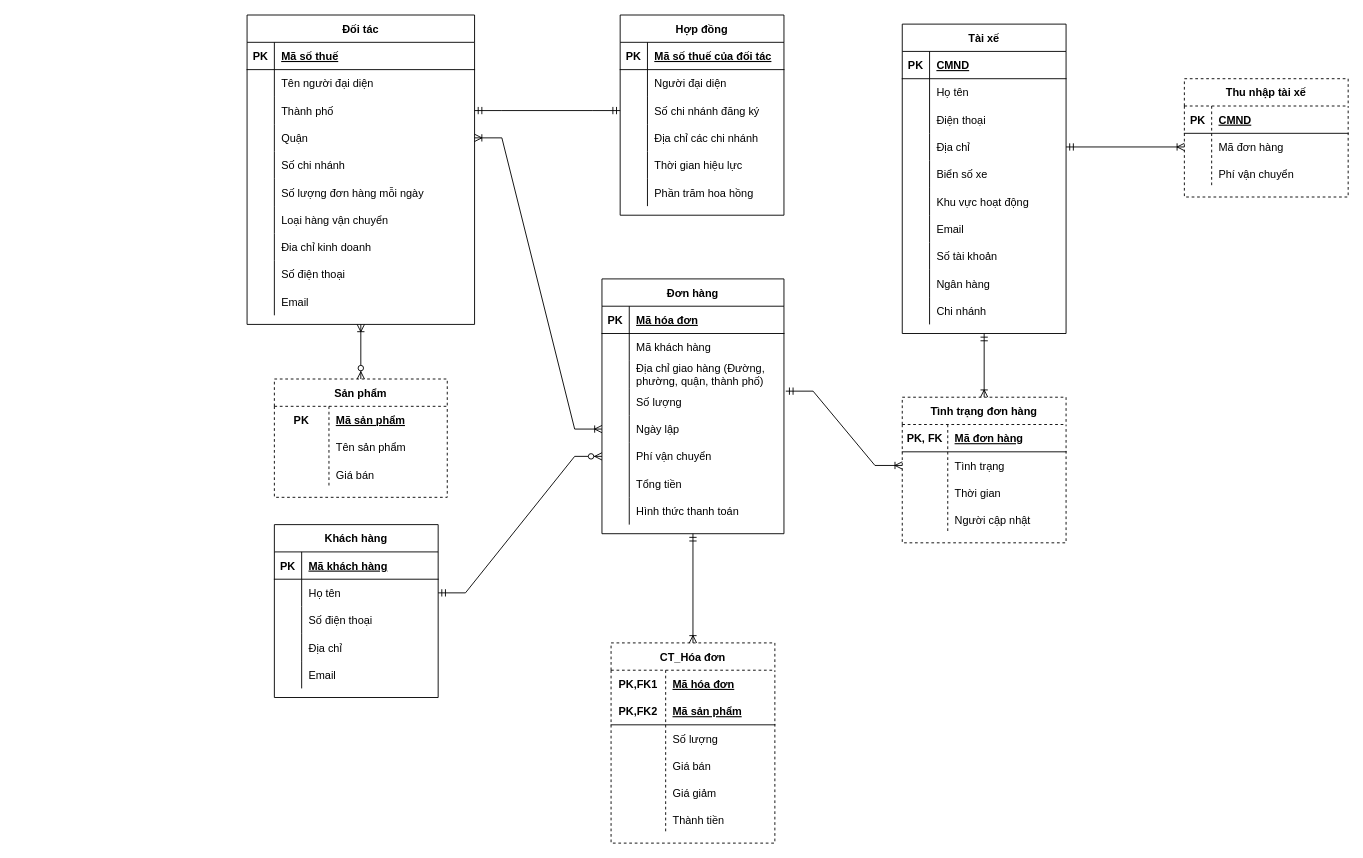
Earlier version of the draw.io diagram HQT-CSDL.drawio (tranngoclam16/HQT-CSDL). Source tidied: cells renumbered, new cells numbered last; positions are measured from the earlier drawing's top-left corner, leaving out a move shared by most shapes. Both pictures are drawn from the tidied source at 91%, with x=0, y=0 at pixel (247, 15).
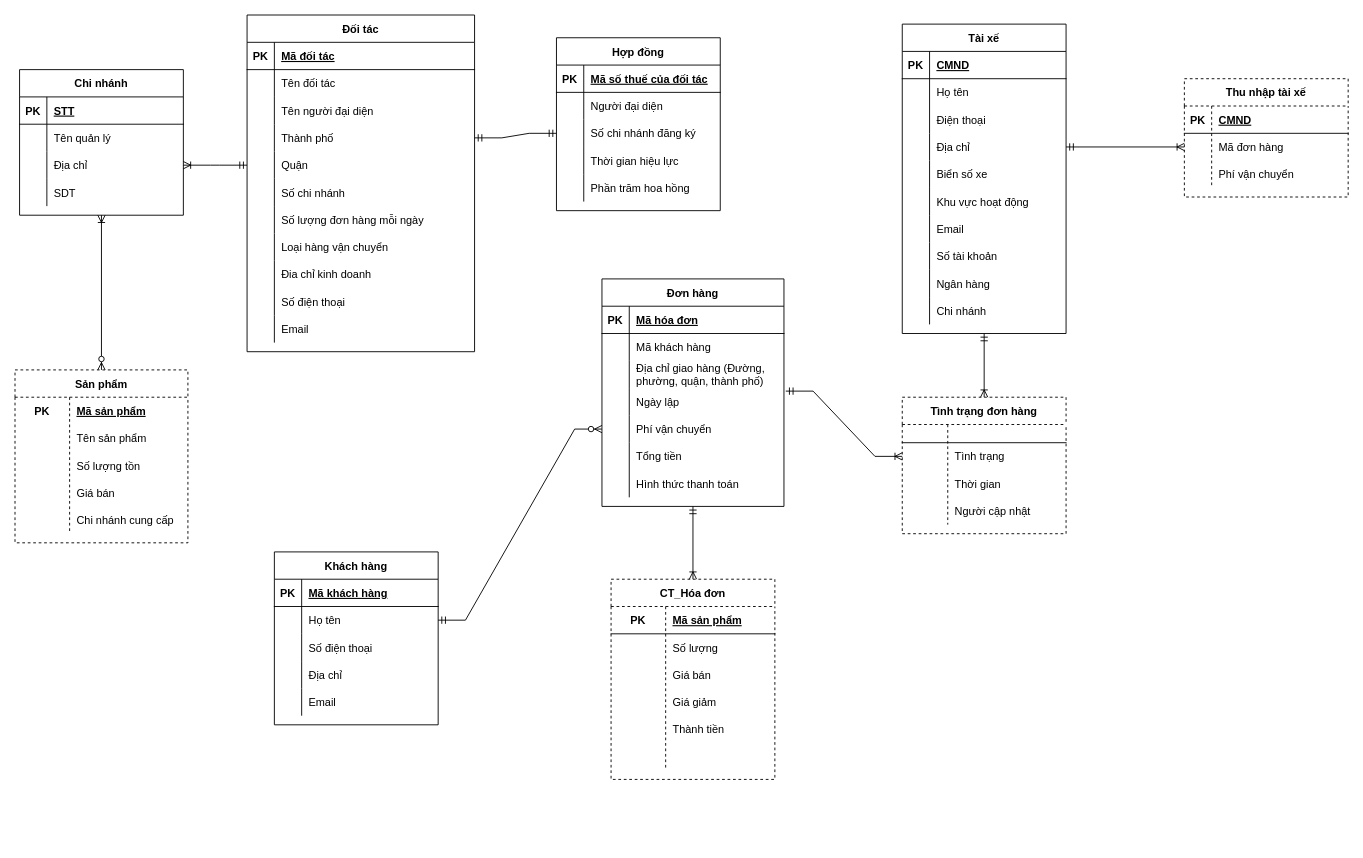
After the change.

Unchanged cells that the change refers to:
```xml
<mxCell id="34" style="shape=partialRectangle;fillColor=none;top=0;left=0;right=0;bottom=1;" parent="33" vertex="1">
  <mxGeometry y="30" width="250" height="30" as="geometry" />
</mxCell>
<mxCell id="37" style="shape=partialRectangle;fillColor=none;top=0;left=0;right=0;bottom=0;" parent="33" vertex="1">
  <mxGeometry y="60" width="250" height="30" as="geometry" />
</mxCell>
```

What changed in the source:
```diff
@@
     <mxCell id="33" value="Đối tác" style="shape=table;startSize=30;childLayout=tableLayout;rowLines=0;fontStyle=1;align=center;" parent="1" vertex="1">
-      <mxGeometry width="250" height="340" as="geometry" />
+      <mxGeometry width="250" height="370" as="geometry" />
     </mxCell>
@@
-    <mxCell id="36" value="Mã số thuế" style="shape=partialRectangle;overflow=hidden;fillColor=none;top=0;left=0;bottom=0;right=0;align=left;spacingLeft=6;fontStyle=5;" parent="34" vertex="1">
+    <mxCell id="36" value="Mã đối tác" style="shape=partialRectangle;overflow=hidden;fillColor=none;top=0;left=0;bottom=0;right=0;align=left;spacingLeft=6;fontStyle=5;" parent="34" vertex="1">
       <mxGeometry x="30" width="220" height="30" as="geometry" />
     </mxCell>
@@
-    <mxCell id="39" value="Tên người đại diện" style="shape=partialRectangle;overflow=hidden;fillColor=none;top=0;left=0;bottom=0;right=0;align=left;spacingLeft=6;" parent="37" vertex="1">
+    <mxCell id="39" value="Tên đối tác" style="shape=partialRectangle;overflow=hidden;fillColor=none;top=0;left=0;bottom=0;right=0;align=left;spacingLeft=6;" parent="37" vertex="1">
       <mxGeometry x="30" width="220" height="30" as="geometry" />
     </mxCell>
+    <mxCell id="184" style="shape=partialRectangle;fillColor=none;top=0;left=0;right=0;bottom=0;" parent="33" vertex="1">
+      <mxGeometry y="90" width="250" height="30" as="geometry" />
+    </mxCell>
+    <mxCell id="185" style="shape=partialRectangle;overflow=hidden;fillColor=none;top=0;left=0;bottom=0;right=0;" parent="184" vertex="1">
+      <mxGeometry width="30" height="30" as="geometry" />
+    </mxCell>
+    <mxCell id="186" value="Tên người đại diện" style="shape=partialRectangle;overflow=hidden;fillColor=none;top=0;left=0;bottom=0;right=0;align=left;spacingLeft=6;" parent="184" vertex="1">
+      <mxGeometry x="30" width="220" height="30" as="geometry" />
+    </mxCell>
     <mxCell id="40" style="shape=partialRectangle;fillColor=none;points=[[0,0.5],[1,0.5]];portConstraint=eastwest;top=0;left=0;right=0;bottom=0;" parent="33" vertex="1">
-      <mxGeometry y="90" width="250" height="30" as="geometry" />
+      <mxGeometry y="120" width="250" height="30" as="geometry" />
     </mxCell>
@@
     <mxCell id="43" style="shape=partialRectangle;fillColor=none;points=[[0,0.5],[1,0.5]];portConstraint=eastwest;top=0;left=0;right=0;bottom=0;" parent="33" vertex="1">
-      <mxGeometry y="120" width="250" height="30" as="geometry" />
+      <mxGeometry y="150" width="250" height="30" as="geometry" />
     </mxCell>
@@
     <mxCell id="46" style="shape=partialRectangle;fillColor=none;top=0;left=0;right=0;bottom=0;" parent="33" vertex="1">
-      <mxGeometry y="150" width="250" height="30" as="geometry" />
+      <mxGeometry y="180" width="250" height="30" as="geometry" />
     </mxCell>
@@
     <mxCell id="49" style="shape=partialRectangle;fillColor=none;top=0;left=0;right=0;bottom=0;" parent="33" vertex="1">
-      <mxGeometry y="180" width="250" height="30" as="geometry" />
+      <mxGeometry y="210" width="250" height="30" as="geometry" />
     </mxCell>
@@
     <mxCell id="52" style="shape=partialRectangle;fillColor=none;top=0;left=0;right=0;bottom=0;" parent="33" vertex="1">
-      <mxGeometry y="210" width="250" height="30" as="geometry" />
+      <mxGeometry y="240" width="250" height="30" as="geometry" />
     </mxCell>
@@
     <mxCell id="55" style="shape=partialRectangle;fillColor=none;top=0;left=0;right=0;bottom=0;" parent="33" vertex="1">
-      <mxGeometry y="240" width="250" height="30" as="geometry" />
+      <mxGeometry y="270" width="250" height="30" as="geometry" />
     </mxCell>
@@
     <mxCell id="58" style="shape=partialRectangle;fillColor=none;top=0;left=0;right=0;bottom=0;" parent="33" vertex="1">
-      <mxGeometry y="270" width="250" height="30" as="geometry" />
+      <mxGeometry y="300" width="250" height="30" as="geometry" />
     </mxCell>
@@
     <mxCell id="61" style="shape=partialRectangle;fillColor=none;top=0;left=0;right=0;bottom=0;" parent="33" vertex="1">
-      <mxGeometry y="300" width="250" height="30" as="geometry" />
+      <mxGeometry y="330" width="250" height="30" as="geometry" />
     </mxCell>
@@
     <mxCell id="64" value="Hợp đồng" style="shape=table;startSize=30;childLayout=tableLayout;rowLines=0;fontStyle=1;align=center;" parent="1" vertex="1">
-      <mxGeometry x="410" width="180" height="220" as="geometry" />
+      <mxGeometry x="340" y="25" width="180" height="190" as="geometry" />
     </mxCell>
@@
-    <mxCell id="74" style="shape=partialRectangle;fillColor=none;top=0;left=0;bottom=0;right=0;" parent="64" vertex="1">
-      <mxGeometry y="120" width="180" height="30" as="geometry" />
-    </mxCell>
-    <mxCell id="75" style="shape=partialRectangle;fillColor=none;top=0;left=0;bottom=0;right=0;overflow=hidden;" parent="74" vertex="1">
-      <mxGeometry width="30" height="30" as="geometry" />
-    </mxCell>
-    <mxCell id="76" value="Địa chỉ các chi nhánh" style="shape=partialRectangle;fillColor=none;top=0;left=0;bottom=0;right=0;align=left;spacingLeft=6;overflow=hidden;" parent="74" vertex="1">
-      <mxGeometry x="30" width="150" height="30" as="geometry" />
-    </mxCell>
     <mxCell id="77" style="shape=partialRectangle;fillColor=none;top=0;left=0;bottom=0;right=0;" parent="64" vertex="1">
-      <mxGeometry y="150" width="180" height="30" as="geometry" />
+      <mxGeometry y="120" width="180" height="30" as="geometry" />
     </mxCell>
@@
     <mxCell id="80" style="shape=partialRectangle;fillColor=none;top=0;left=0;bottom=0;right=0;" parent="64" vertex="1">
-      <mxGeometry y="180" width="180" height="30" as="geometry" />
+      <mxGeometry y="150" width="180" height="30" as="geometry" />
     </mxCell>
@@
     <mxCell id="83" value="Sản phẩm" style="shape=table;startSize=30;childLayout=tableLayout;rowLines=0;fontStyle=1;align=center;rounded=0;sketch=0;shadow=0;dashed=1;" parent="1" vertex="1">
-      <mxGeometry x="30" y="400" width="190" height="130" as="geometry" />
+      <mxGeometry x="-255" y="390" width="190" height="190" as="geometry" />
     </mxCell>
@@
+    <mxCell id="187" style="shape=partialRectangle;fillColor=none;top=0;left=0;bottom=0;right=0;" parent="83" vertex="1">
+      <mxGeometry y="90" width="190" height="30" as="geometry" />
+    </mxCell>
+    <mxCell id="188" style="shape=partialRectangle;fillColor=none;top=0;left=0;bottom=0;right=0;overflow=hidden;" parent="187" vertex="1">
+      <mxGeometry width="60" height="30" as="geometry" />
+    </mxCell>
+    <mxCell id="189" value="Số lượng tồn" style="shape=partialRectangle;fillColor=none;top=0;left=0;bottom=0;right=0;align=left;spacingLeft=6;overflow=hidden;" parent="187" vertex="1">
+      <mxGeometry x="60" width="130" height="30" as="geometry" />
+    </mxCell>
     <mxCell id="90" style="shape=partialRectangle;fillColor=none;top=0;left=0;bottom=0;right=0;" parent="83" vertex="1">
-      <mxGeometry y="90" width="190" height="30" as="geometry" />
+      <mxGeometry y="120" width="190" height="30" as="geometry" />
     </mxCell>
@@
+    <mxCell id="190" style="shape=partialRectangle;fillColor=none;top=0;left=0;bottom=0;right=0;" parent="83" vertex="1">
+      <mxGeometry y="150" width="190" height="30" as="geometry" />
+    </mxCell>
+    <mxCell id="191" style="shape=partialRectangle;fillColor=none;top=0;left=0;bottom=0;right=0;overflow=hidden;" parent="190" vertex="1">
+      <mxGeometry width="60" height="30" as="geometry" />
+    </mxCell>
+    <mxCell id="192" value="Chi nhánh cung cấp" style="shape=partialRectangle;fillColor=none;top=0;left=0;bottom=0;right=0;align=left;spacingLeft=6;overflow=hidden;" parent="190" vertex="1">
+      <mxGeometry x="60" width="130" height="30" as="geometry" />
+    </mxCell>
     <mxCell id="93" value="Đơn hàng" style="shape=table;startSize=30;childLayout=tableLayout;rowLines=0;fontStyle=1;align=center;" parent="1" vertex="1">
-      <mxGeometry x="390" y="290" width="200" height="280" as="geometry" />
+      <mxGeometry x="390" y="290" width="200" height="250" as="geometry" />
     </mxCell>
@@
-    <mxCell id="103" style="shape=partialRectangle;fillColor=none;top=0;left=0;bottom=0;right=0;points=[[0,0.5],[1,0.5]];portConstraint=eastwest;" parent="93" vertex="1">
-      <mxGeometry y="120" width="200" height="30" as="geometry" />
-    </mxCell>
-    <mxCell id="104" style="shape=partialRectangle;fillColor=none;top=0;left=0;bottom=0;right=0;overflow=hidden;" parent="103" vertex="1">
-      <mxGeometry width="30" height="30" as="geometry" />
-    </mxCell>
-    <mxCell id="105" value="Số lượng" style="shape=partialRectangle;fillColor=none;top=0;left=0;bottom=0;right=0;align=left;spacingLeft=6;overflow=hidden;" parent="103" vertex="1">
-      <mxGeometry x="30" width="170" height="30" as="geometry" />
-    </mxCell>
     <mxCell id="106" style="shape=partialRectangle;fillColor=none;top=0;left=0;bottom=0;right=0;points=[[0,0.5],[1,0.5]];portConstraint=eastwest;" parent="93" vertex="1">
-      <mxGeometry y="150" width="200" height="30" as="geometry" />
+      <mxGeometry y="120" width="200" height="30" as="geometry" />
     </mxCell>
@@
     <mxCell id="109" style="shape=partialRectangle;fillColor=none;top=0;left=0;bottom=0;right=0;points=[[0,0.5],[1,0.5]];portConstraint=eastwest;" parent="93" vertex="1">
-      <mxGeometry y="180" width="200" height="30" as="geometry" />
+      <mxGeometry y="150" width="200" height="30" as="geometry" />
     </mxCell>
@@
     <mxCell id="112" style="shape=partialRectangle;fillColor=none;top=0;left=0;bottom=0;right=0;" parent="93" vertex="1">
-      <mxGeometry y="210" width="200" height="30" as="geometry" />
+      <mxGeometry y="180" width="200" height="30" as="geometry" />
     </mxCell>
@@
     <mxCell id="115" style="shape=partialRectangle;fillColor=none;top=0;left=0;bottom=0;right=0;" parent="93" vertex="1">
-      <mxGeometry y="240" width="200" height="30" as="geometry" />
+      <mxGeometry y="210" width="200" height="30" as="geometry" />
     </mxCell>
@@
     <mxCell id="118" value="Khách hàng" style="shape=table;startSize=30;childLayout=tableLayout;rowLines=0;fontStyle=1;align=center;" parent="1" vertex="1">
-      <mxGeometry x="30" y="560" width="180" height="190" as="geometry" />
+      <mxGeometry x="30" y="590" width="180" height="190" as="geometry" />
     </mxCell>
@@
     <mxCell id="134" value="CT_Hóa đơn" style="shape=table;startSize=30;childLayout=tableLayout;rowLines=0;fontStyle=1;align=center;dashed=1;" parent="1" vertex="1">
-      <mxGeometry x="400" y="690" width="180" height="220" as="geometry" />
+      <mxGeometry x="400" y="620" width="180" height="220" as="geometry" />
     </mxCell>
-    <mxCell id="135" style="shape=partialRectangle;fillColor=none;top=0;left=0;bottom=0;right=0;" parent="134" vertex="1">
-      <mxGeometry y="30" width="180" height="30" as="geometry" />
-    </mxCell>
-    <mxCell id="136" value="PK,FK1" style="shape=partialRectangle;fillColor=none;top=0;left=0;bottom=0;right=0;fontStyle=1;overflow=hidden;" parent="135" vertex="1">
-      <mxGeometry width="60" height="30" as="geometry" />
-    </mxCell>
-    <mxCell id="137" value="Mã hóa đơn" style="shape=partialRectangle;fillColor=none;top=0;left=0;bottom=0;right=0;align=left;spacingLeft=6;fontStyle=5;overflow=hidden;" parent="135" vertex="1">
-      <mxGeometry x="60" width="120" height="30" as="geometry" />
-    </mxCell>
     <mxCell id="138" style="shape=partialRectangle;fillColor=none;top=0;left=0;bottom=1;right=0;" parent="134" vertex="1">
-      <mxGeometry y="60" width="180" height="30" as="geometry" />
+      <mxGeometry y="30" width="180" height="30" as="geometry" />
     </mxCell>
-    <mxCell id="139" value="PK,FK2" style="shape=partialRectangle;fillColor=none;top=0;left=0;bottom=0;right=0;fontStyle=1;overflow=hidden;" parent="138" vertex="1">
+    <mxCell id="139" value="PK" style="shape=partialRectangle;fillColor=none;top=0;left=0;bottom=0;right=0;fontStyle=1;overflow=hidden;" parent="138" vertex="1">
       <mxGeometry width="60" height="30" as="geometry" />
     </mxCell>
@@
     <mxCell id="141" style="shape=partialRectangle;fillColor=none;top=0;left=0;bottom=0;right=0;" parent="134" vertex="1">
-      <mxGeometry y="90" width="180" height="30" as="geometry" />
+      <mxGeometry y="60" width="180" height="30" as="geometry" />
     </mxCell>
@@
     <mxCell id="144" style="shape=partialRectangle;fillColor=none;top=0;left=0;bottom=0;right=0;" parent="134" vertex="1">
-      <mxGeometry y="120" width="180" height="30" as="geometry" />
+      <mxGeometry y="90" width="180" height="30" as="geometry" />
     </mxCell>
@@
     <mxCell id="147" style="shape=partialRectangle;fillColor=none;top=0;left=0;bottom=0;right=0;" parent="134" vertex="1">
-      <mxGeometry y="150" width="180" height="30" as="geometry" />
+      <mxGeometry y="120" width="180" height="30" as="geometry" />
     </mxCell>
@@
     <mxCell id="150" style="shape=partialRectangle;fillColor=none;top=0;left=0;bottom=0;right=0;" parent="134" vertex="1">
-      <mxGeometry y="180" width="180" height="30" as="geometry" />
+      <mxGeometry y="150" width="180" height="30" as="geometry" />
     </mxCell>
@@
+    <mxCell id="135" style="shape=partialRectangle;fillColor=none;top=0;left=0;bottom=0;right=0;" parent="134" vertex="1">
+      <mxGeometry y="180" width="180" height="30" as="geometry" />
+    </mxCell>
+    <mxCell id="136" style="shape=partialRectangle;fillColor=none;top=0;left=0;bottom=0;right=0;fontStyle=1;overflow=hidden;" parent="135" vertex="1">
+      <mxGeometry width="60" height="30" as="geometry" />
+    </mxCell>
+    <mxCell id="137" style="shape=partialRectangle;fillColor=none;top=0;left=0;bottom=0;right=0;align=left;spacingLeft=6;fontStyle=5;overflow=hidden;" parent="135" vertex="1">
+      <mxGeometry x="60" width="120" height="30" as="geometry" />
+    </mxCell>
     <mxCell id="153" value="Tình trạng đơn hàng" style="shape=table;startSize=30;childLayout=tableLayout;rowLines=0;fontStyle=1;align=center;dashed=1;" parent="1" vertex="1">
-      <mxGeometry x="720" y="420" width="180" height="160" as="geometry" />
+      <mxGeometry x="720" y="420" width="180" height="150" as="geometry" />
     </mxCell>
     <mxCell id="154" style="shape=partialRectangle;fillColor=none;top=0;left=0;bottom=1;right=0;" parent="153" vertex="1">
-      <mxGeometry y="30" width="180" height="30" as="geometry" />
+      <mxGeometry y="30" width="180" height="20" as="geometry" />
     </mxCell>
-    <mxCell id="155" value="PK, FK" style="shape=partialRectangle;fillColor=none;top=0;left=0;bottom=0;right=0;fontStyle=1;overflow=hidden;" parent="154" vertex="1">
-      <mxGeometry width="50" height="30" as="geometry" />
+    <mxCell id="155" style="shape=partialRectangle;fillColor=none;top=0;left=0;bottom=0;right=0;fontStyle=1;overflow=hidden;" parent="154" vertex="1">
+      <mxGeometry width="50" height="20" as="geometry" />
     </mxCell>
-    <mxCell id="156" value="Mã đơn hàng" style="shape=partialRectangle;fillColor=none;top=0;left=0;bottom=0;right=0;align=left;spacingLeft=6;fontStyle=5;overflow=hidden;" parent="154" vertex="1">
-      <mxGeometry x="50" width="130" height="30" as="geometry" />
+    <mxCell id="156" style="shape=partialRectangle;fillColor=none;top=0;left=0;bottom=0;right=0;align=left;spacingLeft=6;fontStyle=5;overflow=hidden;" parent="154" vertex="1">
+      <mxGeometry x="50" width="130" height="20" as="geometry" />
     </mxCell>
     <mxCell id="157" style="shape=partialRectangle;fillColor=none;top=0;left=0;bottom=0;right=0;points=[[0,0.5],[1,0.5]];portConstraint=eastwest;" parent="153" vertex="1">
-      <mxGeometry y="60" width="180" height="30" as="geometry" />
+      <mxGeometry y="50" width="180" height="30" as="geometry" />
     </mxCell>
@@
     <mxCell id="160" style="shape=partialRectangle;fillColor=none;top=0;left=0;bottom=0;right=0;" parent="153" vertex="1">
-      <mxGeometry y="90" width="180" height="30" as="geometry" />
+      <mxGeometry y="80" width="180" height="30" as="geometry" />
     </mxCell>
@@
     <mxCell id="163" style="shape=partialRectangle;fillColor=none;top=0;left=0;bottom=0;right=0;" parent="153" vertex="1">
-      <mxGeometry y="120" width="180" height="30" as="geometry" />
+      <mxGeometry y="110" width="180" height="30" as="geometry" />
     </mxCell>
@@
-    <mxCell id="177" style="fontSize=12;html=1;endArrow=ERoneToMany;startArrow=ERzeroToMany;rounded=0;entryX=0.5;entryY=1;entryDx=0;entryDy=0;exitX=0.5;exitY=0;exitDx=0;exitDy=0;" parent="1" edge="1" source="83" target="33">
+    <mxCell id="177" style="fontSize=12;html=1;endArrow=ERoneToMany;startArrow=ERzeroToMany;rounded=0;exitX=0.5;exitY=0;exitDx=0;exitDy=0;entryX=0.5;entryY=1;entryDx=0;entryDy=0;" parent="1" edge="1" source="83" target="193">
       <mxGeometry relative="1" as="geometry" />
     </mxCell>
-    <mxCell id="178" style="edgeStyle=entityRelationEdgeStyle;fontSize=12;html=1;endArrow=ERoneToMany;startArrow=ERoneToMany;rounded=0;entryX=0;entryY=0.5;entryDx=0;entryDy=0;exitX=1;exitY=0.5;exitDx=0;exitDy=0;" parent="1" edge="1" source="43" target="106">
-      <mxGeometry relative="1" as="geometry" />
-    </mxCell>
@@
-    <mxCell id="181" style="fontSize=12;html=1;endArrow=ERoneToMany;startArrow=ERmandOne;rounded=0;exitX=1.01;exitY=0.111;exitDx=0;exitDy=0;entryX=0;entryY=0.5;entryDx=0;entryDy=0;exitPerimeter=0;edgeStyle=entityRelationEdgeStyle;" parent="1" edge="1" source="103" target="157">
-      <mxGeometry relative="1" as="geometry" />
+    <mxCell id="181" style="fontSize=12;html=1;endArrow=ERoneToMany;startArrow=ERmandOne;rounded=0;exitX=1.01;exitY=0.111;exitDx=0;exitDy=0;entryX=0;entryY=0.5;entryDx=0;entryDy=0;exitPerimeter=0;edgeStyle=entityRelationEdgeStyle;" parent="1" edge="1" target="157">
+      <mxGeometry relative="1" as="geometry">
+        <mxPoint x="592" y="413.3" as="sourcePoint" />
+      </mxGeometry>
     </mxCell>
@@
+    <mxCell id="193" value="Chi nhánh" style="shape=table;startSize=30;childLayout=tableLayout;rowLines=0;fontStyle=1;align=center;" parent="1" vertex="1">
+      <mxGeometry x="-250" y="60" width="180" height="160" as="geometry" />
+    </mxCell>
+    <mxCell id="194" style="shape=partialRectangle;fillColor=none;top=0;left=0;bottom=1;right=0;" parent="193" vertex="1">
+      <mxGeometry y="30" width="180" height="30" as="geometry" />
+    </mxCell>
+    <mxCell id="195" value="PK" style="shape=partialRectangle;fillColor=none;top=0;left=0;bottom=0;right=0;fontStyle=1;overflow=hidden;" parent="194" vertex="1">
+      <mxGeometry width="30" height="30" as="geometry" />
+    </mxCell>
+    <mxCell id="196" value="STT" style="shape=partialRectangle;fillColor=none;top=0;left=0;bottom=0;right=0;align=left;spacingLeft=6;fontStyle=5;overflow=hidden;" parent="194" vertex="1">
+      <mxGeometry x="30" width="150" height="30" as="geometry" />
+    </mxCell>
+    <mxCell id="197" style="shape=partialRectangle;fillColor=none;top=0;left=0;bottom=0;right=0;" parent="193" vertex="1">
+      <mxGeometry y="60" width="180" height="30" as="geometry" />
+    </mxCell>
+    <mxCell id="198" style="shape=partialRectangle;fillColor=none;top=0;left=0;bottom=0;right=0;overflow=hidden;" parent="197" vertex="1">
+      <mxGeometry width="30" height="30" as="geometry" />
+    </mxCell>
+    <mxCell id="199" value="Tên quản lý" style="shape=partialRectangle;fillColor=none;top=0;left=0;bottom=0;right=0;align=left;spacingLeft=6;overflow=hidden;" parent="197" vertex="1">
+      <mxGeometry x="30" width="150" height="30" as="geometry" />
+    </mxCell>
+    <mxCell id="200" style="shape=partialRectangle;fillColor=none;top=0;left=0;bottom=0;right=0;points=[[0,0.5],[1,0.5]];portConstraint=eastwest;" parent="193" vertex="1">
+      <mxGeometry y="90" width="180" height="30" as="geometry" />
+    </mxCell>
+    <mxCell id="201" style="shape=partialRectangle;fillColor=none;top=0;left=0;bottom=0;right=0;overflow=hidden;" parent="200" vertex="1">
+      <mxGeometry width="30" height="30" as="geometry" />
+    </mxCell>
+    <mxCell id="202" value="Địa chỉ" style="shape=partialRectangle;fillColor=none;top=0;left=0;bottom=0;right=0;align=left;spacingLeft=6;overflow=hidden;" parent="200" vertex="1">
+      <mxGeometry x="30" width="150" height="30" as="geometry" />
+    </mxCell>
+    <mxCell id="74" style="shape=partialRectangle;fillColor=none;top=0;left=0;bottom=0;right=0;" parent="193" vertex="1">
+      <mxGeometry y="120" width="180" height="30" as="geometry" />
+    </mxCell>
+    <mxCell id="203" style="shape=partialRectangle;fillColor=none;top=0;left=0;bottom=0;right=0;overflow=hidden;" parent="74" vertex="1">
+      <mxGeometry width="30" height="30" as="geometry" />
+    </mxCell>
+    <mxCell id="204" value="SDT" style="shape=partialRectangle;fillColor=none;top=0;left=0;bottom=0;right=0;align=left;spacingLeft=6;overflow=hidden;" parent="74" vertex="1">
+      <mxGeometry x="30" width="150" height="30" as="geometry" />
+    </mxCell>
+    <mxCell id="205" style="edgeStyle=entityRelationEdgeStyle;fontSize=12;html=1;endArrow=ERoneToMany;startArrow=ERmandOne;rounded=0;exitX=0;exitY=0.5;exitDx=0;exitDy=0;entryX=1;entryY=0.5;entryDx=0;entryDy=0;" parent="1" edge="1" source="43" target="200">
+      <mxGeometry relative="1" as="geometry" />
+    </mxCell>
```
